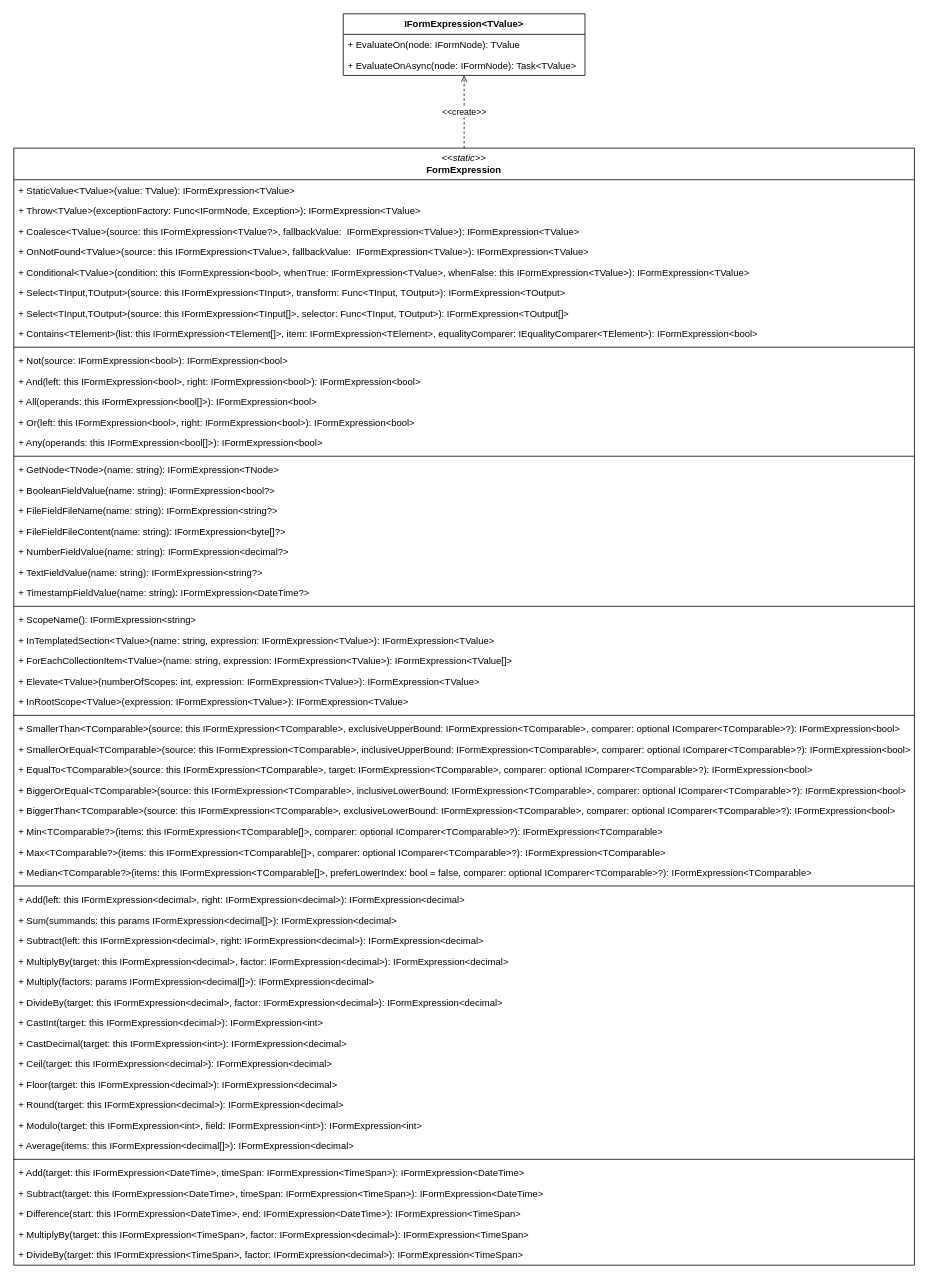
The draw.io diagram doc/forms-concept/expressions.drawio in RGXStorm281/common, before the edit. Source tidied: cells renumbered, new cells numbered last; positions are measured from the earlier drawing's top-left corner, leaving out a move shared by most shapes. Both pictures are drawn from the tidied source at 79%, with x=0, y=0 at pixel (13, 13).
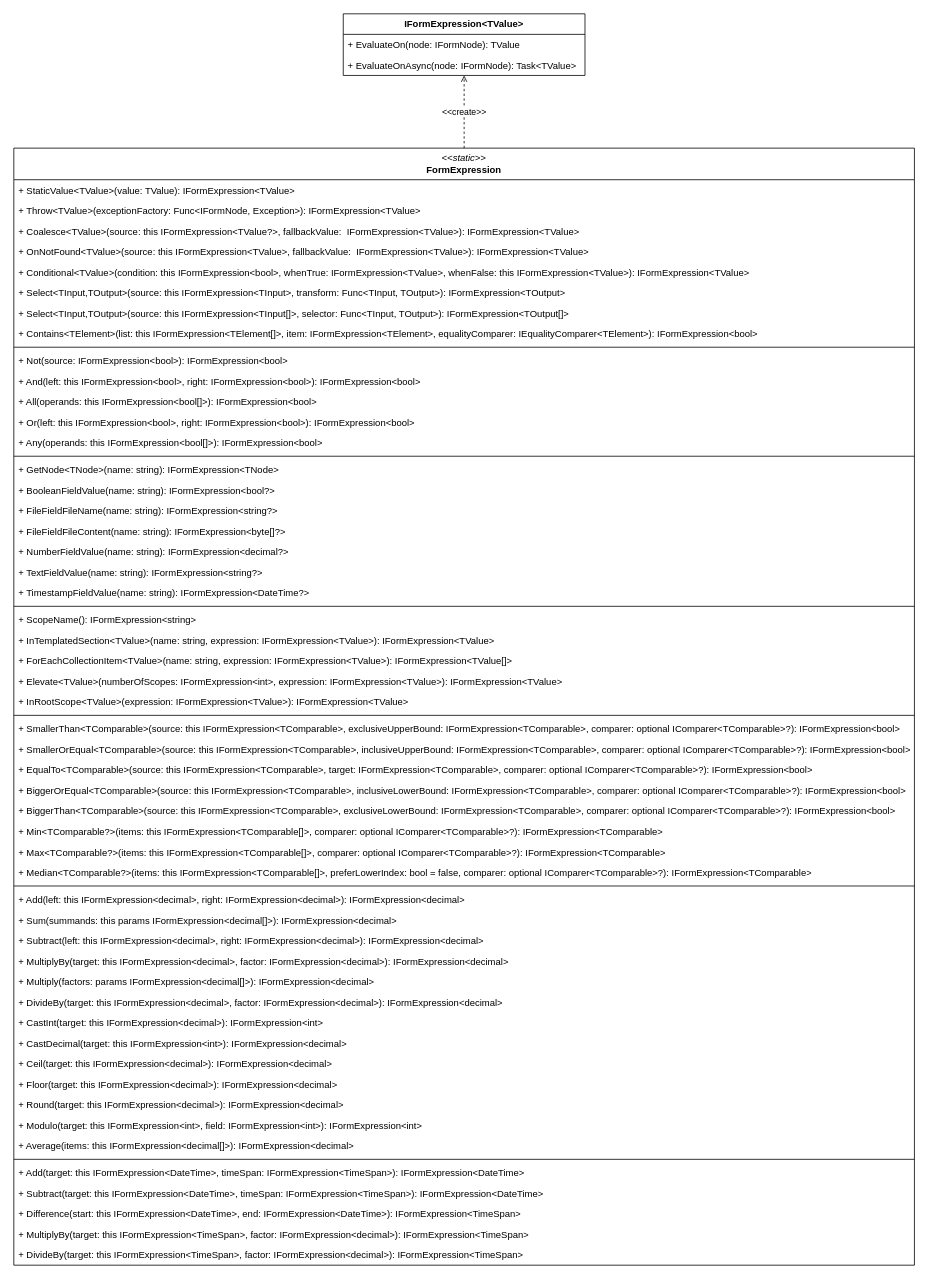
The same diagram, later.

The change refers to these unchanged cells:
```xml
<mxCell id="6" value="&lt;i&gt;&amp;lt;&amp;lt;static&amp;gt;&amp;gt;&lt;/i&gt;&lt;br&gt;&lt;b&gt;FormExpression&lt;/b&gt;" style="swimlane;fontStyle=0;horizontal=1;startSize=40;fillColor=none;whiteSpace=wrap;html=1;" parent="1" vertex="1">
  <mxGeometry y="170" width="1140" height="1414" as="geometry" />
</mxCell>
```

What changed in the source:
```diff
@@
-    <mxCell id="33" value="+ Elevate&amp;lt;TValue&amp;gt;(numberOfScopes: int, expression: IFormExpression&amp;lt;TValue&amp;gt;): IFormExpression&amp;lt;TValue&amp;gt;" style="text;strokeColor=none;fillColor=none;align=left;verticalAlign=top;spacingLeft=4;spacingRight=4;overflow=hidden;whiteSpace=wrap;html=1;" parent="6" vertex="1">
+    <mxCell id="33" value="+ Elevate&amp;lt;TValue&amp;gt;(numberOfScopes: IFormExpression&amp;lt;int&amp;gt;, expression: IFormExpression&amp;lt;TValue&amp;gt;): IFormExpression&amp;lt;TValue&amp;gt;" style="text;strokeColor=none;fillColor=none;align=left;verticalAlign=top;spacingLeft=4;spacingRight=4;overflow=hidden;whiteSpace=wrap;html=1;" parent="6" vertex="1">
       <mxGeometry y="662" width="1140" height="26" as="geometry" />
     </mxCell>
```
